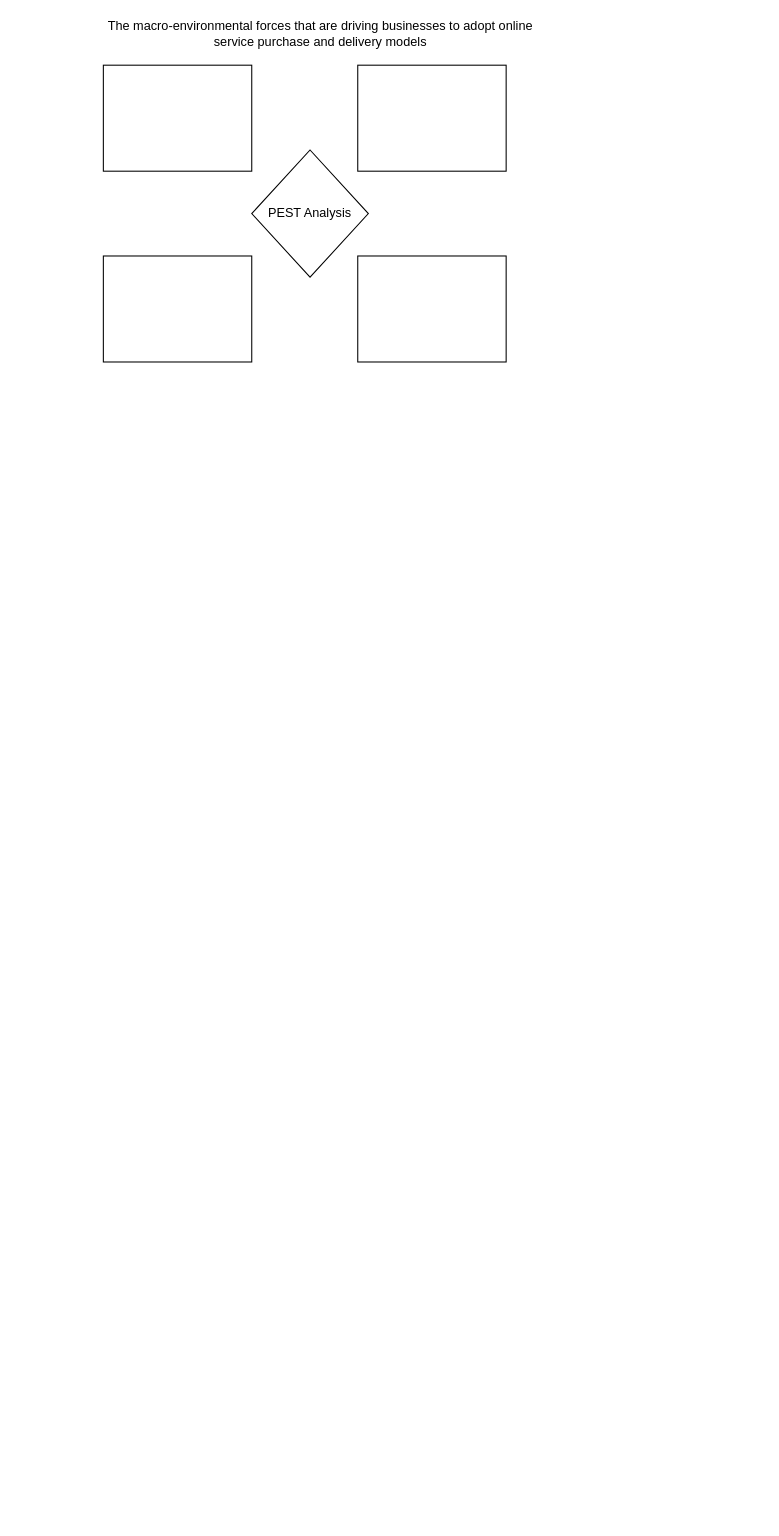
Earlier version of the draw.io diagram IBIS DIagrams.drawio (LastMinuteBanter/DistinctionTaskUML). Source tidied: cells renumbered, new cells numbered last; positions are measured from the earlier drawing's top-left corner, leaving out a move shared by most shapes. Both pictures are drawn from the tidied source at 106%, with x=0, y=0 at pixel (92, 22).
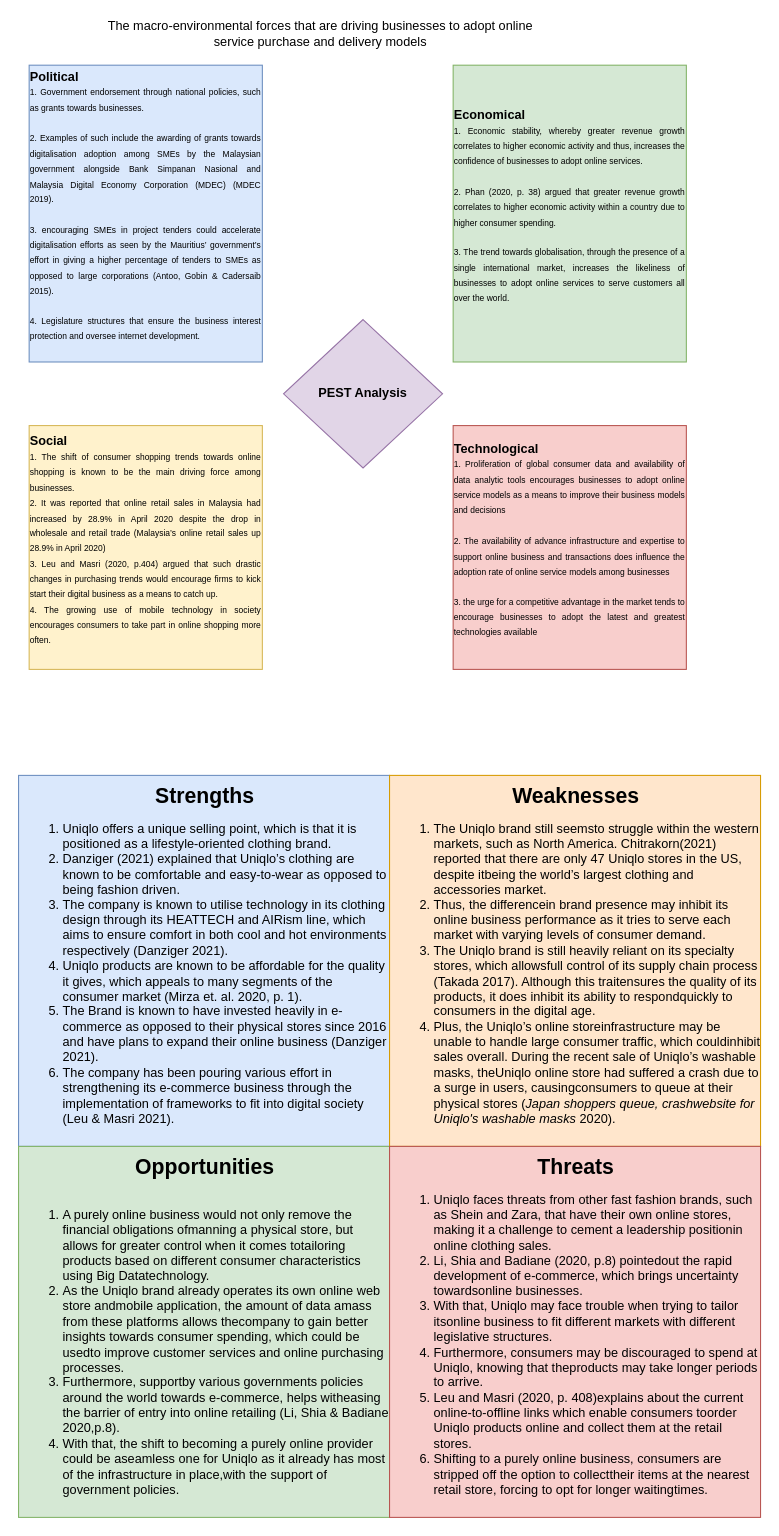
The same page after the edit.

Diff of the diagram source:
```diff
@@
 <mxGraphModel>
   <root>
     <mxCell id="0" />
     <mxCell id="1" parent="0" />
-    <mxCell id="2" value="PEST Analysis" style="rhombus;whiteSpace=wrap;html=1;" parent="1" vertex="1">
-      <mxGeometry x="150" y="120" width="110" height="120" as="geometry" />
+    <mxCell id="2" value="&lt;b&gt;PEST Analysis&lt;/b&gt;" style="rhombus;whiteSpace=wrap;html=1;fillColor=#e1d5e7;strokeColor=#9673a6;" parent="1" vertex="1">
+      <mxGeometry x="180" y="280" width="150" height="140" as="geometry" />
     </mxCell>
-    <mxCell id="3" style="rounded=0;whiteSpace=wrap;html=1;" parent="1" vertex="1">
-      <mxGeometry x="10" y="40" width="140" height="100" as="geometry" />
-    </mxCell>
-    <mxCell id="4" style="rounded=0;whiteSpace=wrap;html=1;" parent="1" vertex="1">
-      <mxGeometry x="250" y="40" width="140" height="100" as="geometry" />
-    </mxCell>
-    <mxCell id="5" style="rounded=0;whiteSpace=wrap;html=1;" parent="1" vertex="1">
-      <mxGeometry x="250" y="220" width="140" height="100" as="geometry" />
-    </mxCell>
-    <mxCell id="6" style="rounded=0;whiteSpace=wrap;html=1;" parent="1" vertex="1">
-      <mxGeometry x="10" y="220" width="140" height="100" as="geometry" />
-    </mxCell>
     <mxCell id="7" value="The macro-environmental forces that are driving businesses to adopt online service purchase and delivery models" style="text;html=1;strokeColor=none;fillColor=none;align=center;verticalAlign=middle;whiteSpace=wrap;rounded=0;" parent="1" vertex="1">
       <mxGeometry width="430" height="20" as="geometry" />
     </mxCell>
+    <mxCell id="8" value="&lt;div align=&quot;justify&quot;&gt;&lt;b&gt;&lt;font style=&quot;font-size: 12px&quot;&gt;Technological&lt;br&gt;&lt;/font&gt;&lt;/b&gt;&lt;/div&gt;&lt;div align=&quot;justify&quot;&gt;&lt;font style=&quot;font-size: 8px&quot;&gt;1. Proliferation of global consumer data and availability of data analytic tools encourages businesses to adopt online service models as a means to improve their business models and decisions&lt;br&gt;&lt;/font&gt;&lt;/div&gt;&lt;div align=&quot;justify&quot;&gt;&lt;font style=&quot;font-size: 8px&quot;&gt;&lt;br&gt;&lt;/font&gt;&lt;/div&gt;&lt;div align=&quot;justify&quot;&gt;&lt;font style=&quot;font-size: 8px&quot;&gt;2. The availability of advance infrastructure and expertise to support online business and transactions does influence the adoption rate of online service models among businesses&lt;br&gt;&lt;/font&gt;&lt;/div&gt;&lt;div align=&quot;justify&quot;&gt;&lt;font style=&quot;font-size: 8px&quot;&gt;&lt;br&gt;&lt;/font&gt;&lt;/div&gt;&lt;div align=&quot;justify&quot;&gt;&lt;font style=&quot;font-size: 8px&quot;&gt;3. the urge for a competitive advantage in the market tends to encourage businesses to adopt the latest and greatest technologies available&lt;br&gt;&lt;/font&gt;&lt;/div&gt;&lt;div align=&quot;justify&quot;&gt;&lt;font style=&quot;font-size: 8px&quot;&gt;&lt;/font&gt;&lt;br&gt;&lt;/div&gt;" style="rounded=0;whiteSpace=wrap;html=1;align=center;fillColor=#f8cecc;strokeColor=#b85450;" parent="1" vertex="1">
+      <mxGeometry x="340" y="380" width="220" height="230" as="geometry" />
+    </mxCell>
+    <mxCell id="9" value="&lt;div align=&quot;justify&quot;&gt;&lt;b&gt;&lt;font style=&quot;font-size: 12px&quot;&gt;Economical&lt;br&gt;&lt;/font&gt;&lt;/b&gt;&lt;/div&gt;&lt;div align=&quot;justify&quot;&gt;&lt;font style=&quot;font-size: 8px&quot;&gt;1. Economic stability, whereby greater revenue growth correlates to higher economic activity and thus, increases the confidence of businesses to adopt online services.&lt;br&gt;&lt;br&gt;2. Phan (2020, p. 38) argued that greater revenue growth correlates to higher economic activity within a country due to higher consumer spending.&lt;br&gt;&lt;/font&gt;&lt;/div&gt;&lt;div align=&quot;justify&quot;&gt;&lt;font style=&quot;font-size: 8px&quot;&gt;&lt;br&gt;&lt;/font&gt;&lt;/div&gt;&lt;div align=&quot;justify&quot;&gt;&lt;font style=&quot;font-size: 8px&quot;&gt;3. The trend towards globalisation, through the presence of a single international market, increases the likeliness of businesses to adopt online services to serve customers all over the world.&lt;br&gt;&lt;/font&gt;&lt;/div&gt;&lt;div align=&quot;justify&quot;&gt;&lt;br&gt;&lt;/div&gt;" style="rounded=0;whiteSpace=wrap;html=1;align=center;fillColor=#d5e8d4;strokeColor=#82b366;" parent="1" vertex="1">
+      <mxGeometry x="340" y="40" width="220" height="280" as="geometry" />
+    </mxCell>
+    <mxCell id="10" value="&lt;div align=&quot;justify&quot;&gt;&lt;font style=&quot;font-size: 12px&quot;&gt;&lt;b&gt;Political&lt;/b&gt;&lt;br&gt;&lt;/font&gt;&lt;/div&gt;&lt;div align=&quot;justify&quot;&gt;&lt;font style=&quot;font-size: 8px&quot;&gt;1. Government endorsement through national policies, such as grants towards businesses.&lt;/font&gt;&lt;/div&gt;&lt;div align=&quot;justify&quot;&gt;&lt;font style=&quot;font-size: 8px&quot;&gt;&lt;br&gt;&lt;/font&gt;&lt;/div&gt;&lt;div align=&quot;justify&quot;&gt;&lt;font style=&quot;font-size: 8px&quot;&gt;2. Examples of such include the awarding of grants towards digitalisation adoption among SMEs by the Malaysian government alongside Bank Simpanan Nasional and Malaysia Digital Economy Corporation (MDEC) (MDEC 2019).&lt;/font&gt;&lt;/div&gt;&lt;div align=&quot;justify&quot;&gt;&lt;font style=&quot;font-size: 8px&quot;&gt;&amp;nbsp;&lt;/font&gt;&lt;/div&gt;&lt;div align=&quot;justify&quot;&gt;&lt;font style=&quot;font-size: 8px&quot;&gt;3. encouraging SMEs in project tenders could accelerate digitalisation efforts as seen by the Mauritius’ government’s effort in giving a higher percentage of tenders to SMEs as opposed to large corporations (Antoo, Gobin &amp;amp; Cadersaib 2015).&lt;/font&gt;&lt;/div&gt;&lt;div align=&quot;justify&quot;&gt;&lt;font style=&quot;font-size: 8px&quot;&gt;&lt;br&gt;&lt;/font&gt;&lt;/div&gt;&lt;div align=&quot;justify&quot;&gt;&lt;font style=&quot;font-size: 8px&quot;&gt;4. Legislature structures that ensure the business interest protection and oversee internet development.&lt;/font&gt;&lt;br&gt;&lt;br&gt;&lt;/div&gt;" style="rounded=0;whiteSpace=wrap;html=1;align=center;fillColor=#dae8fc;strokeColor=#6c8ebf;" parent="1" vertex="1">
+      <mxGeometry x="-60" y="40" width="220" height="280" as="geometry" />
+    </mxCell>
+    <mxCell id="11" value="&lt;div align=&quot;justify&quot;&gt;&lt;b&gt;&lt;font style=&quot;font-size: 12px&quot;&gt;Social &lt;br&gt;&lt;/font&gt;&lt;/b&gt;&lt;/div&gt;&lt;div align=&quot;justify&quot;&gt;&lt;font style=&quot;font-size: 8px&quot;&gt;1. The shift of consumer shopping trends towards online shopping is known to be the main driving force among businesses.&lt;/font&gt;&lt;/div&gt;&lt;div align=&quot;justify&quot;&gt;&lt;font style=&quot;font-size: 8px&quot;&gt;2. It was reported that online retail sales in Malaysia had increased by 28.9% in April 2020 despite the drop in wholesale and retail trade (Malaysia’s online retail sales up 28.9% in April 2020)&lt;br&gt;&lt;/font&gt;&lt;/div&gt;&lt;div align=&quot;justify&quot;&gt;&lt;font style=&quot;font-size: 8px&quot;&gt;3. Leu and Masri (2020, p.404) argued that such drastic changes in purchasing trends would encourage firms to kick start their digital business as a means to catch up. &lt;br&gt;&lt;/font&gt;&lt;/div&gt;&lt;div align=&quot;justify&quot;&gt;&lt;font style=&quot;font-size: 8px&quot;&gt;4. The growing use of mobile technology in society encourages consumers to take part in online shopping more often.&lt;br&gt;&lt;/font&gt;&lt;/div&gt;&lt;div align=&quot;justify&quot;&gt;&lt;br&gt;&lt;/div&gt;" style="rounded=0;whiteSpace=wrap;html=1;align=center;fillColor=#fff2cc;strokeColor=#d6b656;" parent="1" vertex="1">
+      <mxGeometry x="-60" y="380" width="220" height="230" as="geometry" />
+    </mxCell>
+    <mxCell id="12" value="&lt;div align=&quot;center&quot;&gt;&lt;font size=&quot;1&quot;&gt;&lt;b style=&quot;font-size: 20px&quot;&gt;Strengths&lt;/b&gt;&lt;/font&gt;&lt;/div&gt;&lt;div align=&quot;left&quot;&gt;&lt;ol&gt;&lt;li&gt;Uniqlo offers a unique selling point, which is that it is positioned as a lifestyle-oriented clothing brand. &lt;/li&gt;&lt;li&gt;Danziger (2021) explained that Uniqlo’s clothing are known to be comfortable and easy-to-wear as opposed to being fashion driven. &lt;/li&gt;&lt;li&gt;The company is known to utilise technology in its clothing design through its HEATTECH and AIRism line, which aims to ensure comfort in both cool and hot environments respectively (Danziger 2021). &lt;/li&gt;&lt;li&gt;Uniqlo products are known to be affordable for the quality it gives, which appeals to many segments of the consumer market (Mirza et. al. 2020, p. 1).&lt;/li&gt;&lt;li&gt;The Brand is known to have invested heavily in e-commerce as opposed to their physical stores since 2016 and have plans to expand their online business (Danziger 2021).&lt;/li&gt;&lt;li&gt; The company has been pouring various effort in strengthening its e-commerce business through the implementation of frameworks to fit into digital society (Leu &amp;amp; Masri 2021). &lt;/li&gt;&lt;/ol&gt;&lt;/div&gt;" style="whiteSpace=wrap;html=1;align=left;fillColor=#dae8fc;strokeColor=#6c8ebf;" parent="1" vertex="1">
+      <mxGeometry x="-70" y="710" width="350" height="350" as="geometry" />
+    </mxCell>
+    <mxCell id="13" value="&lt;div&gt;&lt;div align=&quot;center&quot;&gt;&lt;font size=&quot;1&quot;&gt;&lt;b style=&quot;font-size: 20px&quot;&gt;Weaknesses&lt;/b&gt;&lt;/font&gt;&lt;/div&gt;&lt;div align=&quot;left&quot;&gt;&lt;ol&gt;&lt;li&gt;&lt;span&gt;The Uniqlo brand still seemsto struggle within the western markets, such as North America. Chitrakorn(2021) reported that there are only 47 Uniqlo stores in the US, despite itbeing the world’s largest clothing and accessories market.&lt;/span&gt;&lt;/li&gt;&lt;li&gt;&lt;span&gt;Thus, the differencein brand presence may inhibit its online business performance as it tries to serve each market with varying levels of consumer demand.&lt;br&gt;&lt;/span&gt;&lt;/li&gt;&lt;li&gt;&lt;span&gt;The Uniqlo brand is still heavily reliant on its specialty stores, which allowsfull control of its supply chain process (Takada 2017). Although this traitensures the quality of its products, it does inhibit its ability to respondquickly to consumers in the digital age. &lt;br&gt;&lt;/span&gt;&lt;/li&gt;&lt;li&gt;&lt;span&gt;Plus, the Uniqlo’s online storeinfrastructure may be unable to handle large consumer traffic, which couldinhibit sales overall. During the recent sale of Uniqlo’s washable masks, theUniqlo online store had suffered a crash due to a surge in users, causingconsumers to queue at their physical stores (&lt;i&gt;Japan shoppers queue, crashwebsite for Uniqlo's washable masks &lt;/i&gt;2020). &lt;br&gt;&lt;/span&gt;&lt;/li&gt;&lt;/ol&gt;&lt;/div&gt;&lt;/div&gt;" style="whiteSpace=wrap;html=1;align=left;fillColor=#ffe6cc;strokeColor=#d79b00;" parent="1" vertex="1">
+      <mxGeometry x="280" y="710" width="350" height="350" as="geometry" />
+    </mxCell>
+    <mxCell id="14" value="&lt;div align=&quot;center&quot;&gt;&lt;font size=&quot;1&quot;&gt;&lt;b style=&quot;font-size: 20px&quot;&gt;Opportunities&lt;/b&gt;&lt;/font&gt;&lt;/div&gt;&lt;div&gt;&lt;div&gt;&lt;br&gt;&lt;div align=&quot;left&quot;&gt;&lt;ol&gt;&lt;li&gt;&lt;span&gt;A purely online business would not only remove the financial obligations ofmanning a physical store, but allows for greater control when it comes totailoring products based on different consumer characteristics using Big Datatechnology. &lt;br&gt;&lt;/span&gt;&lt;/li&gt;&lt;li&gt;&lt;span&gt;As the Uniqlo brand already operates its own online web store andmobile application, the amount of data amass from these platforms allows thecompany to gain better insights towards consumer spending, which could be usedto improve customer services and online purchasing processes.&lt;/span&gt;&lt;/li&gt;&lt;li&gt;&lt;span&gt; Furthermore, supportby various governments policies around the world towards e-commerce, helps witheasing the barrier of entry into online retailing (Li, Shia &amp;amp; Badiane 2020,p.8). &lt;br&gt;&lt;/span&gt;&lt;/li&gt;&lt;li&gt;&lt;span&gt;With that, the shift to becoming a purely online provider could be aseamless one for Uniqlo as it already has most of the infrastructure in place,with the support of government policies.&lt;/span&gt;&lt;/li&gt;&lt;/ol&gt;&lt;/div&gt;&lt;/div&gt;&lt;/div&gt;" style="whiteSpace=wrap;html=1;align=left;fillColor=#d5e8d4;strokeColor=#82b366;" parent="1" vertex="1">
+      <mxGeometry x="-70" y="1060" width="350" height="350" as="geometry" />
+    </mxCell>
+    <mxCell id="15" value="&lt;div align=&quot;center&quot;&gt;&lt;font size=&quot;1&quot;&gt;&lt;b style=&quot;font-size: 20px&quot;&gt;Threats&lt;/b&gt;&lt;/font&gt;&lt;br&gt;&lt;/div&gt;&lt;div&gt;&lt;div&gt;&lt;div align=&quot;left&quot;&gt;&lt;ol&gt;&lt;/ol&gt;&lt;ol&gt;&lt;li&gt;&lt;span&gt;Uniqlo faces threats from other fast fashion brands, such as Shein and Zara, that have their own online stores, making it a challenge to cement a leadership positionin online clothing sales. &lt;br&gt;&lt;/span&gt;&lt;/li&gt;&lt;li&gt;&lt;span&gt;Li, Shia and Badiane (2020, p.8) pointedout the rapid development of e-commerce, which brings uncertainty towardsonline businesses. &lt;br&gt;&lt;/span&gt;&lt;/li&gt;&lt;li&gt;&lt;span&gt;With that, Uniqlo may face trouble when trying to tailor itsonline business to fit different markets with different legislative structures.&lt;/span&gt;&lt;/li&gt;&lt;li&gt;&lt;span&gt;Furthermore, consumers may be discouraged to spend at Uniqlo, knowing that theproducts may take longer periods to arrive. &lt;br&gt;&lt;/span&gt;&lt;/li&gt;&lt;li&gt;&lt;span&gt;Leu and Masri (2020, p. 408)explains about the current online-to-offline links which enable consumers toorder Uniqlo products online and collect them at the retail stores. &lt;br&gt;&lt;/span&gt;&lt;/li&gt;&lt;li&gt;&lt;span&gt;Shifting to a purely online business, consumers are stripped off the option to collecttheir items at the nearest retail store, forcing to opt for longer waitingtimes.&lt;/span&gt;&lt;/li&gt;&lt;/ol&gt;&lt;/div&gt;&lt;/div&gt;&lt;/div&gt;" style="whiteSpace=wrap;html=1;align=left;fillColor=#f8cecc;strokeColor=#b85450;" parent="1" vertex="1">
+      <mxGeometry x="280" y="1060" width="350" height="350" as="geometry" />
+    </mxCell>
   </root>
 </mxGraphModel>
```
